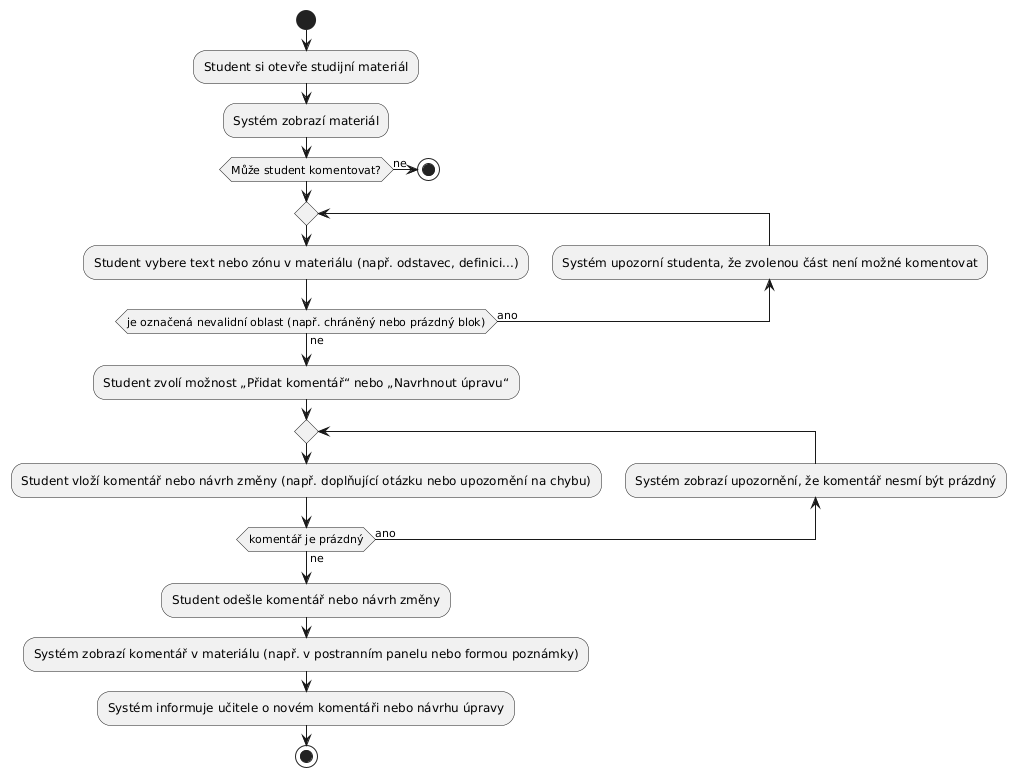
This is activity_diagrams/AD-008.png from SmartGourd/NSWI041, a PlantUML export, as it was before one commit. The source it was exported from:
```plantuml
@startuml
start
:Student si otevře studijní materiál;
:Systém zobrazí materiál;
if (Může student komentovat?) then (ne)
stop
endif
repeat
:Student vybere text nebo zónu v materiálu (např. odstavec, definici...);
backward:Systém upozorní studenta, že zvolenou část není možné komentovat;
repeat while (je označená nevalidní oblast (např. chráněný nebo prázdný blok)) is (ano) not (ne)
:Student zvolí možnost „Přidat komentář“ nebo „Navrhnout úpravu“;
repeat
:Student vloží komentář nebo návrh změny (např. doplňující otázku nebo upozornění na chybu);
backward:Systém zobrazí upozornění, že komentář nesmí být prázdný;
repeat while (komentář je prázdný) is (ano) not (ne)
:Student odešle komentář nebo návrh změny;
:Systém zobrazí komentář v materiálu (např. v postranním panelu nebo formou poznámky);
:Systém informuje učitele o novém komentáři nebo návrhu úpravy;
stop
@enduml
```
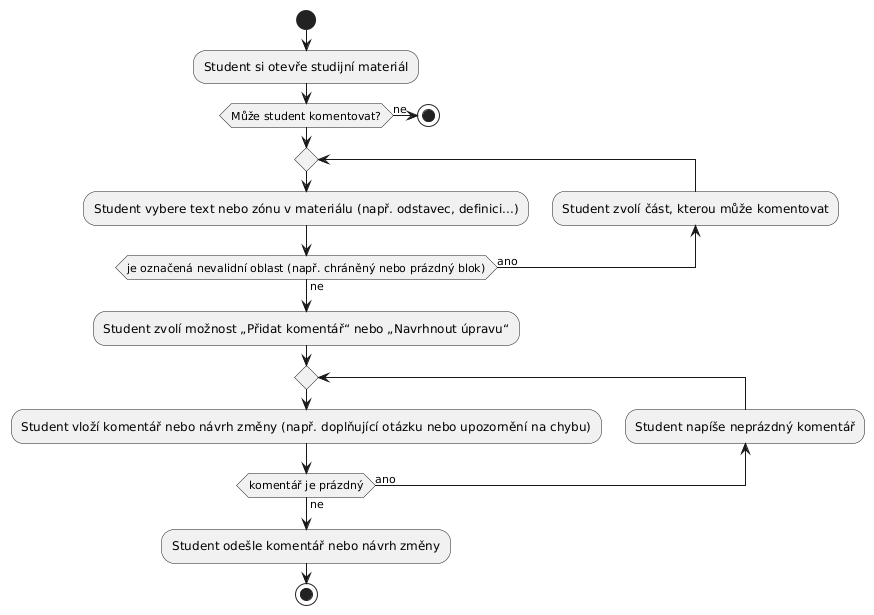
Above is the later version.

The edit, as a diff of the source:
```diff
@@ -1,21 +1,18 @@
 @startuml
 start
 :Student si otevře studijní materiál;
-:Systém zobrazí materiál;
 if (Může student komentovat?) then (ne)
 stop
 endif
 repeat
 :Student vybere text nebo zónu v materiálu (např. odstavec, definici...);
-backward:Systém upozorní studenta, že zvolenou část není možné komentovat;
+backward:Student zvolí část, kterou může komentovat;
 repeat while (je označená nevalidní oblast (např. chráněný nebo prázdný blok)) is (ano) not (ne)
 :Student zvolí možnost „Přidat komentář“ nebo „Navrhnout úpravu“;
 repeat
 :Student vloží komentář nebo návrh změny (např. doplňující otázku nebo upozornění na chybu);
-backward:Systém zobrazí upozornění, že komentář nesmí být prázdný;
+backward:Student napíše neprázdný komentář;
 repeat while (komentář je prázdný) is (ano) not (ne)
 :Student odešle komentář nebo návrh změny;
-:Systém zobrazí komentář v materiálu (např. v postranním panelu nebo formou poznámky);
-:Systém informuje učitele o novém komentáři nebo návrhu úpravy;
 stop
 @enduml
```
